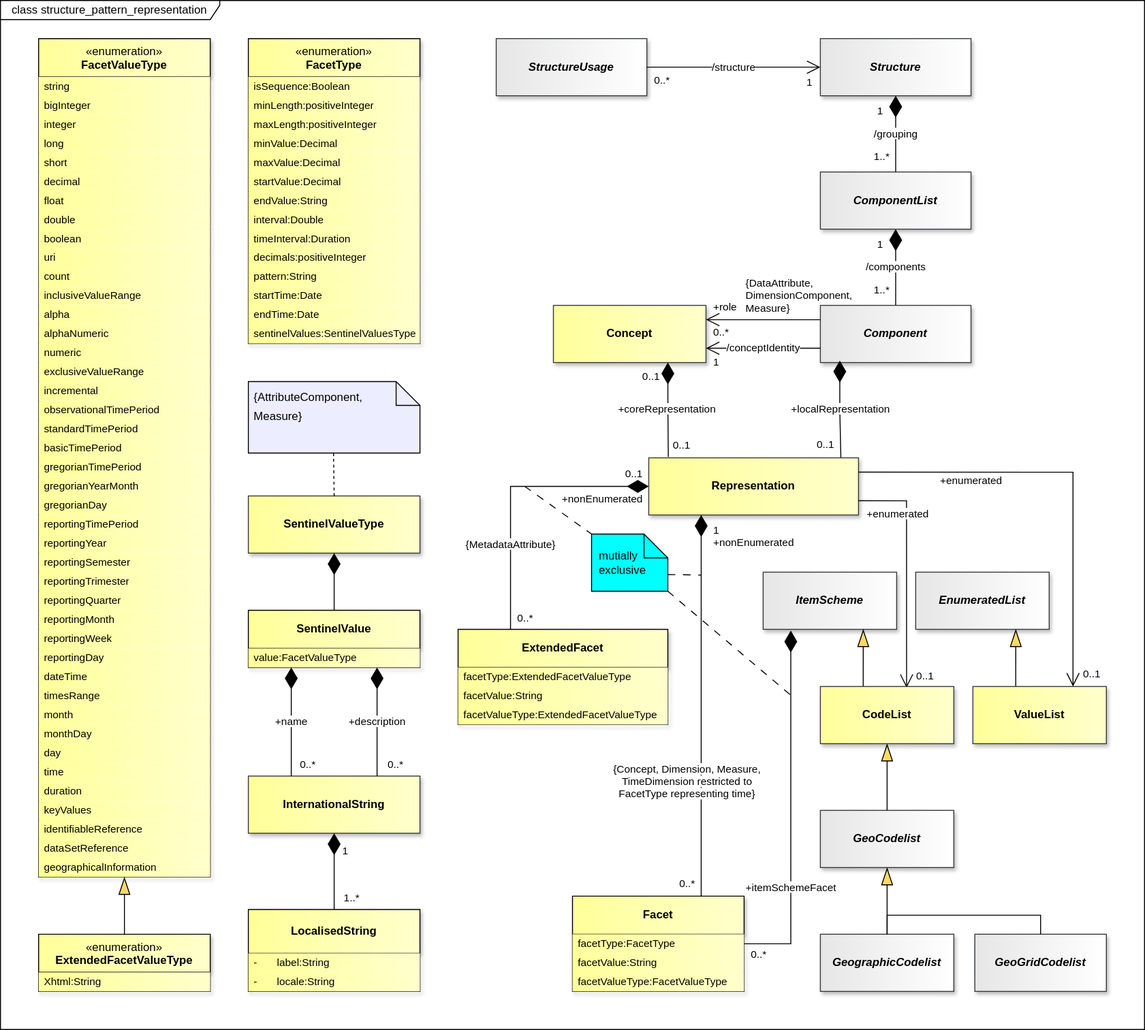
Above: docs/information_model/media/sdmx_base-structure_pattern_representation.svg in dosse/sdmx-im (draw.io), before the change. Source tidied: cells renumbered, new cells last; positions are measured from the earlier drawing's top-left corner, leaving out a move shared by most shapes.
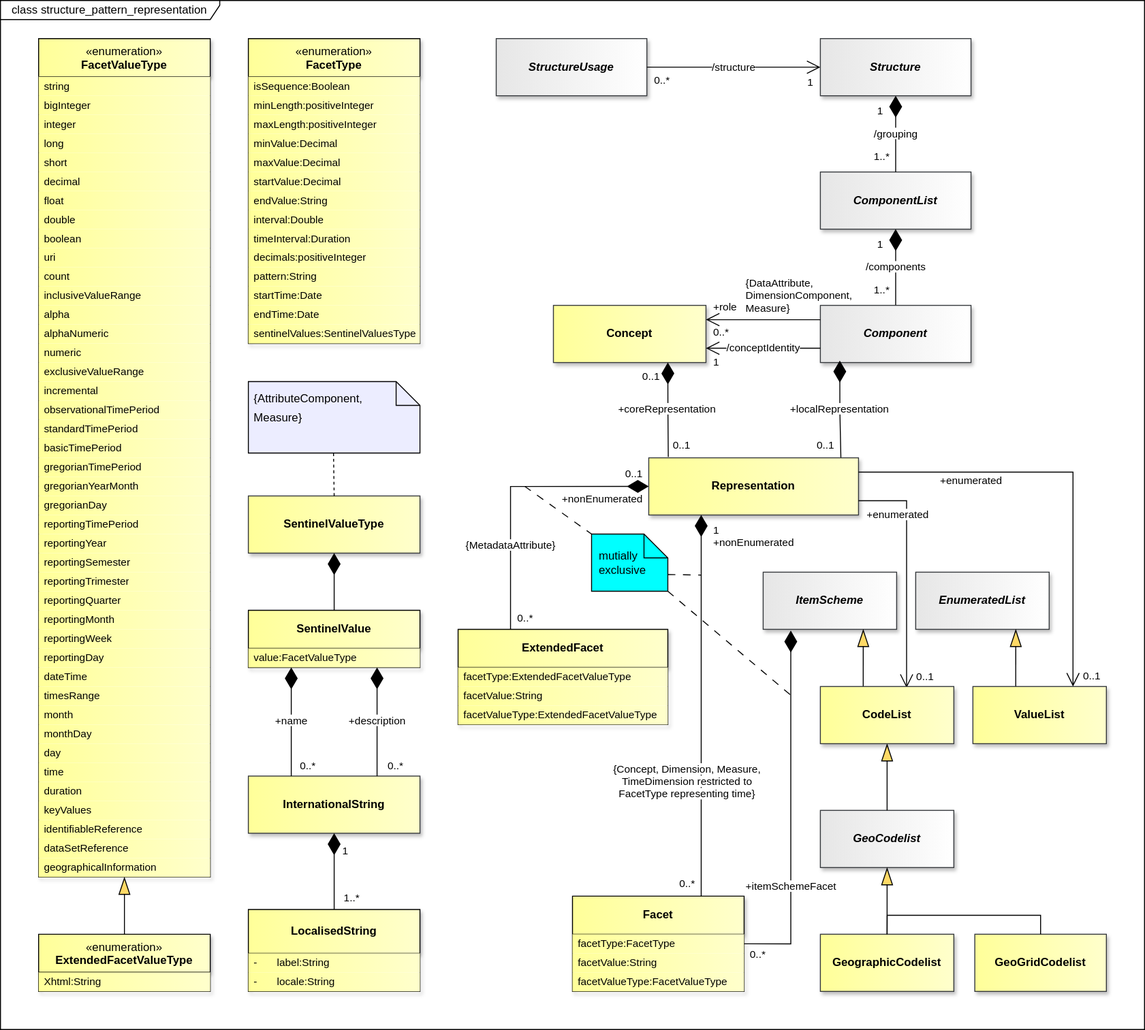
After the commit.

Commit message:
https://github.com/sdmx-twg/sdmx-im/issues/46

The edit, as a diff of the source:
```diff
@@ -470,10 +470,10 @@
     <mxCell id="142" value="&lt;span&gt;&lt;span&gt;EnumeratedList&lt;/span&gt;&lt;/span&gt;" style="whiteSpace=wrap;html=1;verticalAlign=middle;gradientDirection=east;imageVerticalAlign=top;fontStyle=3;fillColor=light-dark(#E6E6E6,#E6E6E6);strokeColor=#36393d;fontColor=light-dark(#000000,#000000);gradientColor=light-dark(#FFFFFF,#FFFFFF);shadow=1;" parent="1" vertex="1">
       <mxGeometry x="960" y="600" width="140" height="60" as="geometry" />
     </mxCell>
-    <mxCell id="143" value="&lt;span&gt;&lt;span&gt;GeographicCodelist&lt;/span&gt;&lt;/span&gt;" style="whiteSpace=wrap;html=1;verticalAlign=middle;gradientDirection=east;imageVerticalAlign=top;fontStyle=3;fillColor=light-dark(#E6E6E6,#E6E6E6);strokeColor=#36393d;fontColor=light-dark(#000000,#000000);gradientColor=light-dark(#FFFFFF,#FFFFFF);shadow=1;" parent="1" vertex="1">
+    <mxCell id="143" value="&lt;span&gt;&lt;span&gt;GeographicCodelist&lt;/span&gt;&lt;/span&gt;" style="whiteSpace=wrap;html=1;verticalAlign=middle;gradientDirection=east;imageVerticalAlign=top;fontStyle=1;fillColor=light-dark(#FFFF99,#FFFF99);strokeColor=#36393d;fontColor=light-dark(#000000,#000000);gradientColor=light-dark(#FFFFCC,#FFFFCC);shadow=1;" parent="1" vertex="1">
       <mxGeometry x="860" y="980" width="140" height="60" as="geometry" />
     </mxCell>
-    <mxCell id="144" value="&lt;span&gt;&lt;span&gt;GeoGridCodelist&lt;/span&gt;&lt;/span&gt;" style="whiteSpace=wrap;html=1;verticalAlign=middle;gradientDirection=east;imageVerticalAlign=top;fontStyle=3;fillColor=light-dark(#E6E6E6,#E6E6E6);strokeColor=#36393d;fontColor=light-dark(#000000,#000000);gradientColor=light-dark(#FFFFFF,#FFFFFF);shadow=1;" parent="1" vertex="1">
+    <mxCell id="144" value="&lt;span&gt;&lt;span&gt;GeoGridCodelist&lt;/span&gt;&lt;/span&gt;" style="whiteSpace=wrap;html=1;verticalAlign=middle;gradientDirection=east;imageVerticalAlign=top;fontStyle=1;fillColor=light-dark(#FFFF99,#FFFF99);strokeColor=#36393d;fontColor=light-dark(#000000,#000000);gradientColor=light-dark(#FFFFCC,#FFFFCC);shadow=1;" parent="1" vertex="1">
       <mxGeometry x="1022" y="980" width="138" height="60" as="geometry" />
     </mxCell>
     <mxCell id="145" value="&lt;span&gt;&lt;span&gt;GeoCodelist&lt;/span&gt;&lt;/span&gt;" style="whiteSpace=wrap;html=1;verticalAlign=middle;gradientDirection=east;imageVerticalAlign=top;fontStyle=3;fillColor=light-dark(#E6E6E6,#E6E6E6);strokeColor=#36393d;fontColor=light-dark(#000000,#000000);gradientColor=light-dark(#FFFFFF,#FFFFFF);shadow=1;" parent="1" vertex="1">
```
